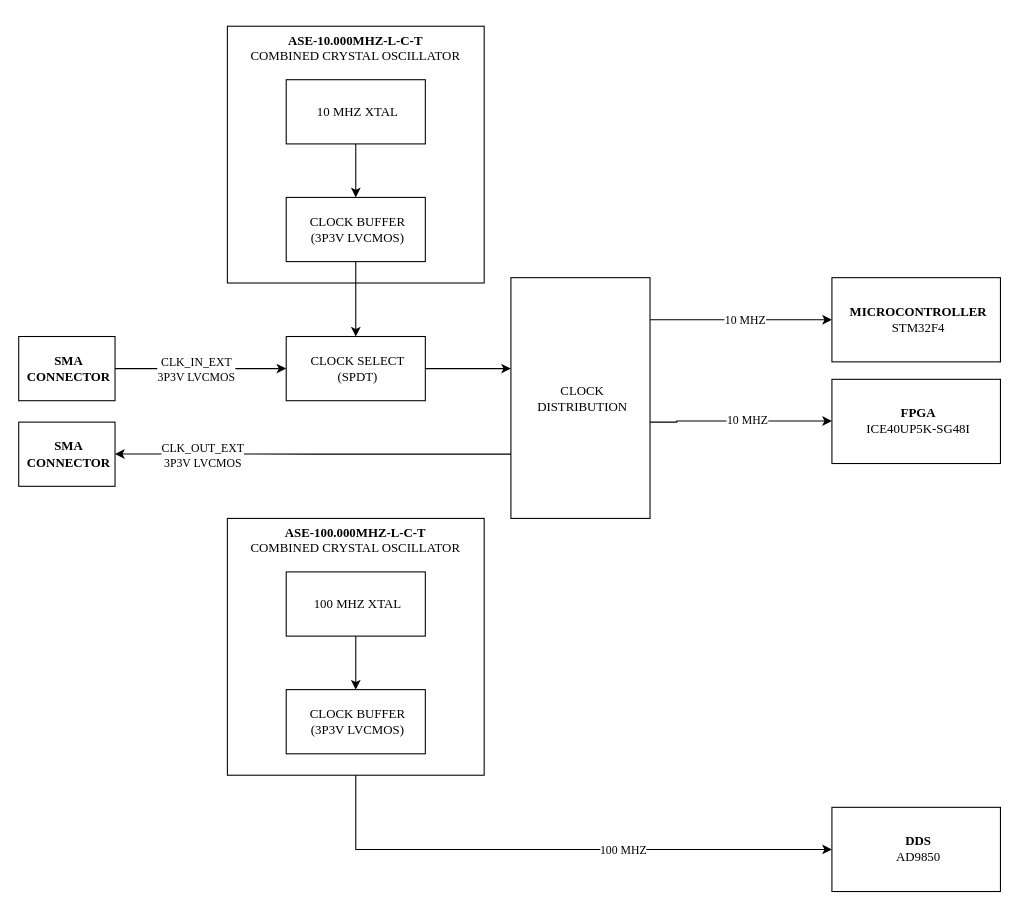
This is page "Clocking" (3 of 4) of 1_hw/01_block_diagram/arb.drawio from brzyzek/arb, a draw.io file, before an edit. Source tidied: cells renumbered, new cells numbered last; positions are measured from the earlier drawing's top-left corner, leaving out a move shared by most shapes. Both pictures are drawn from the tidied source at 107%, with x=0, y=0 at pixel (18, 26).
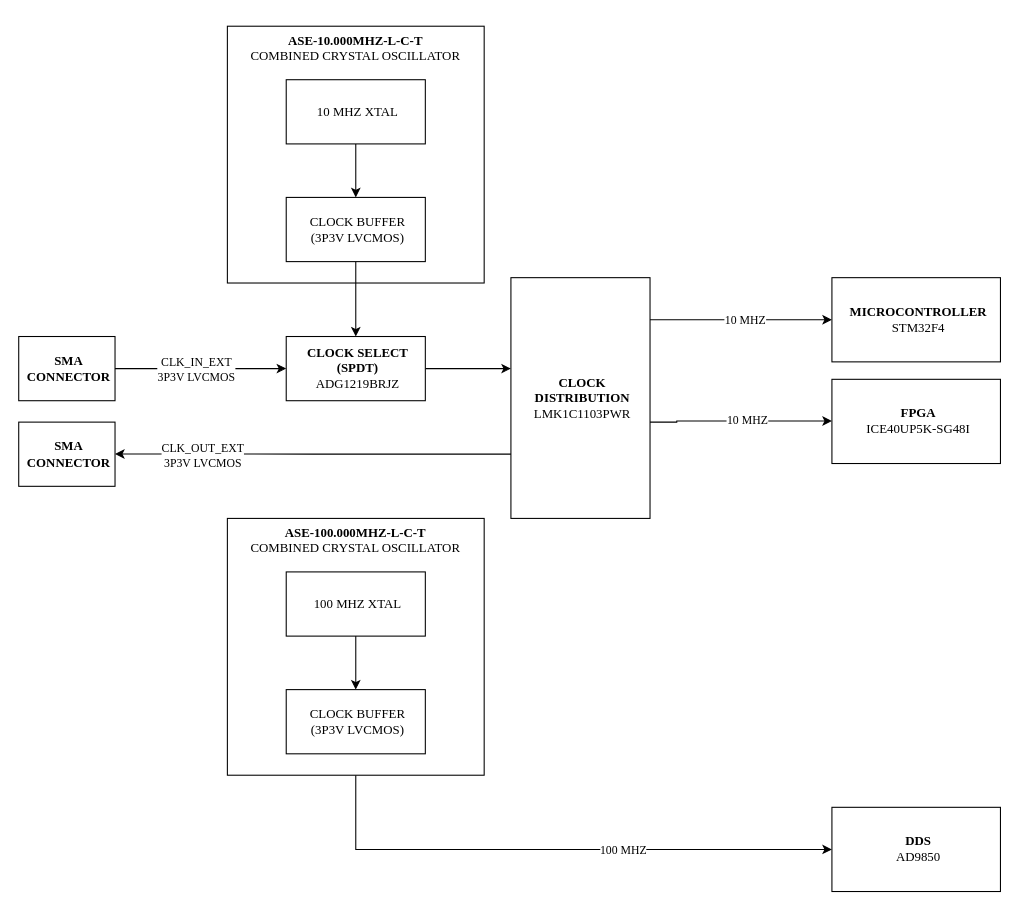
The same diagram, later.

What changed in the source:
```diff
@@
-    <mxCell id="11" value="&lt;font style=&quot;font-weight: 400;&quot;&gt;CLOCK SELECT&lt;/font&gt;&lt;div&gt;&lt;font style=&quot;font-weight: 400;&quot;&gt;(SPDT)&lt;/font&gt;&lt;/div&gt;" style="rounded=0;whiteSpace=wrap;html=1;align=center;verticalAlign=middle;labelPosition=center;verticalLabelPosition=middle;spacing=2;spacingLeft=4;fontFamily=Times New Roman;fontStyle=1;" parent="1" vertex="1">
+    <mxCell id="11" value="&lt;font style=&quot;&quot;&gt;CLOCK SELECT&lt;/font&gt;&lt;div&gt;&lt;font style=&quot;&quot;&gt;(SPDT)&lt;/font&gt;&lt;/div&gt;&lt;div&gt;&lt;font style=&quot;&quot;&gt;&lt;span style=&quot;font-weight: 400;&quot;&gt;ADG1219BRJZ&lt;/span&gt;&lt;br&gt;&lt;/font&gt;&lt;/div&gt;" style="rounded=0;whiteSpace=wrap;html=1;align=center;verticalAlign=middle;labelPosition=center;verticalLabelPosition=middle;spacing=2;spacingLeft=4;fontFamily=Times New Roman;fontStyle=1;" parent="1" vertex="1">
       <mxGeometry x="250" y="290" width="130" height="60" as="geometry" />
     </mxCell>
@@
-    <mxCell id="20" value="&lt;span style=&quot;font-weight: 400;&quot;&gt;CLOCK DISTRIBUTION&lt;/span&gt;" style="rounded=0;whiteSpace=wrap;html=1;align=center;verticalAlign=middle;labelPosition=center;verticalLabelPosition=middle;spacing=2;spacingLeft=4;fontFamily=Times New Roman;fontStyle=1;" parent="1" vertex="1">
+    <mxCell id="20" value="CLOCK DISTRIBUTION&lt;div&gt;&lt;span style=&quot;font-weight: 400;&quot;&gt;LMK1C1103PWR&lt;/span&gt;&lt;br&gt;&lt;/div&gt;" style="rounded=0;whiteSpace=wrap;html=1;align=center;verticalAlign=middle;labelPosition=center;verticalLabelPosition=middle;spacing=2;spacingLeft=4;fontFamily=Times New Roman;fontStyle=1;" parent="1" vertex="1">
       <mxGeometry x="460" y="235" width="130" height="225" as="geometry" />
     </mxCell>
```
